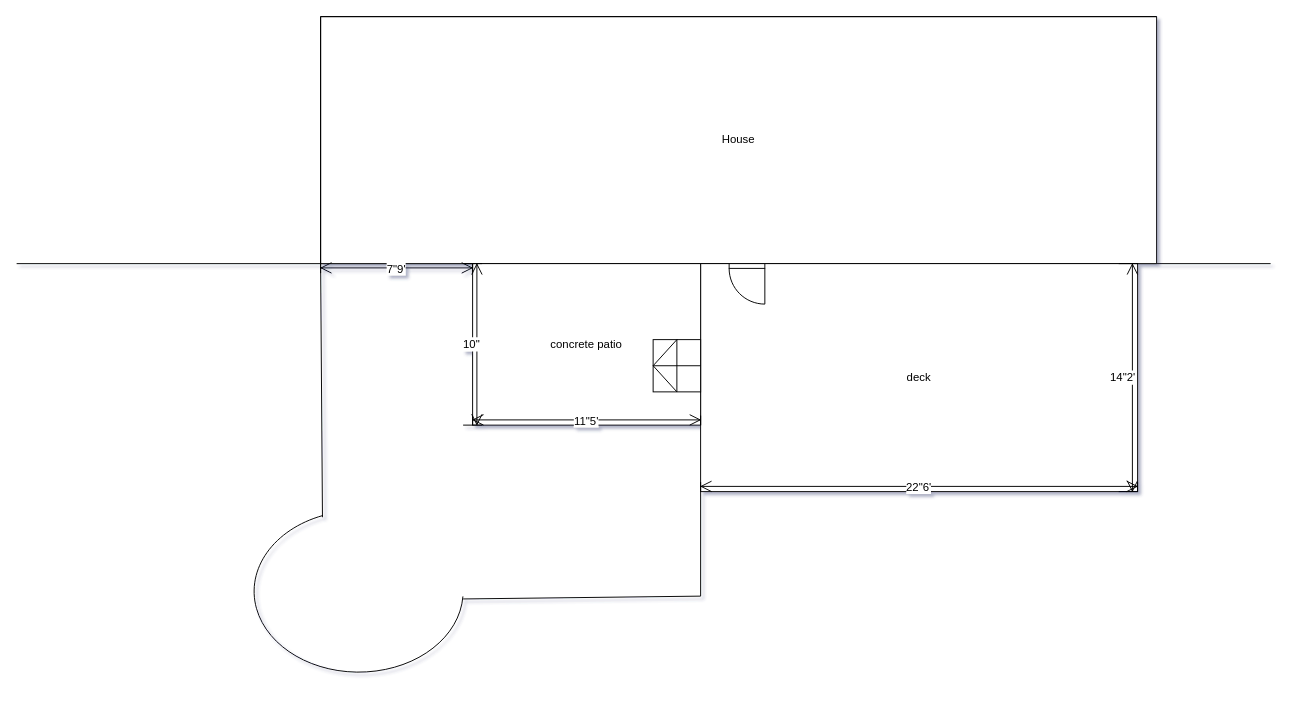
Before: page "round" (1 of 2) of yard.drawio in gyandeeps/personal-designs, a draw.io diagram. Source tidied: cells renumbered, new cells numbered last; positions are measured from the earlier drawing's top-left corner, leaving out a move shared by most shapes. Both pictures are drawn from the tidied source at 95%, with x=0, y=0 at pixel (16, 16).
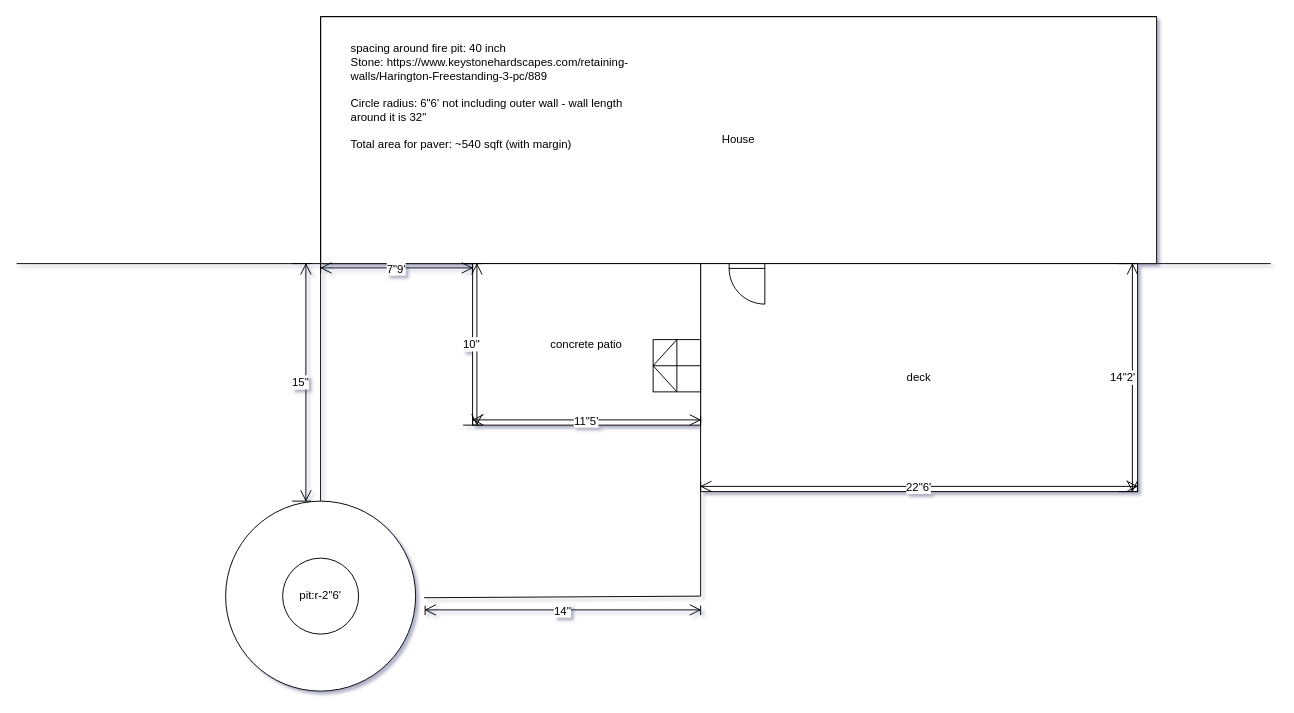
The same diagram, later.

Unchanged cells that the change refers to:
```xml
<mxCell id="3" value="House" style="shape=cube;whiteSpace=wrap;html=1;boundedLbl=1;backgroundOutline=1;darkOpacity=0.05;darkOpacity2=0.1;size=0;" parent="1" vertex="1">
  <mxGeometry x="320" width="880" height="260" as="geometry" />
</mxCell>
```

Diff of the diagram source:
```diff
@@
-    <mxCell id="6" style="endArrow=none;html=1;entryX=0;entryY=0;entryDx=0;entryDy=260;entryPerimeter=0;exitX=0.327;exitY=0.041;exitDx=0;exitDy=0;exitPerimeter=0;" parent="1" edge="1" source="10" target="3">
-      <mxGeometry relative="1" as="geometry" />
+    <mxCell id="6" style="endArrow=none;html=1;entryX=0;entryY=0;entryDx=0;entryDy=260;entryPerimeter=0;" parent="1" edge="1" target="3">
+      <mxGeometry relative="1" as="geometry">
+        <mxPoint x="320" y="510" as="sourcePoint" />
+      </mxGeometry>
     </mxCell>
-    <mxCell id="7" style="endArrow=none;html=1;exitX=1;exitY=0.547;exitDx=0;exitDy=0;exitPerimeter=0;" parent="1" edge="1" source="10">
+    <mxCell id="7" style="endArrow=none;html=1;exitX=0.995;exitY=0.588;exitDx=0;exitDy=0;exitPerimeter=0;" parent="1" edge="1">
       <mxGeometry relative="1" as="geometry">
+        <mxPoint x="429" y="611.7" as="sourcePoint" />
         <mxPoint x="720" y="610" as="targetPoint" />
       </mxGeometry>
     </mxCell>
@@
-    <mxCell id="10" style="verticalLabelPosition=bottom;verticalAlign=top;html=1;shape=mxgraph.basic.arc;startAngle=0.25993426215277043;endAngle=0.9443582981086174;" parent="1" vertex="1">
-      <mxGeometry x="250" y="520" width="220" height="170" as="geometry" />
-    </mxCell>
@@
+    <mxCell id="17" value="15&quot;" style="shape=dimension;direction=north;whiteSpace=wrap;html=1;align=right;verticalAlign=middle;labelBackgroundColor=#ffffff;" parent="1" vertex="1">
+      <mxGeometry x="290" y="260" width="20" height="250" as="geometry" />
+    </mxCell>
+    <mxCell id="18" value="14&quot;" style="shape=dimension;whiteSpace=wrap;html=1;align=center;verticalAlign=bottom;spacingBottom=-5;labelBackgroundColor=#ffffff;" parent="1" vertex="1">
+      <mxGeometry x="430" y="620" width="290" height="10" as="geometry" />
+    </mxCell>
+    <mxCell id="19" style="ellipse;whiteSpace=wrap;html=1;shadow=0;sketch=0;" parent="1" vertex="1">
+      <mxGeometry x="220" y="510" width="200" height="200" as="geometry" />
+    </mxCell>
+    <mxCell id="20" value="pit:r-2&quot;6'" style="ellipse;whiteSpace=wrap;html=1;shadow=0;sketch=0;" parent="1" vertex="1">
+      <mxGeometry x="280" y="570" width="80" height="80" as="geometry" />
+    </mxCell>
+    <mxCell id="21" value="spacing around fire pit: 40 inch&#10;Stone: https://www.keystonehardscapes.com/retaining-walls/Harington-Freestanding-3-pc/889&#10;&#10;Circle radius: 6&quot;6' not including outer wall - wall length around it is 32&quot;&#10;&#10;Total area for paver: ~540 sqft (with margin)" style="shadow=0;sketch=0;textDirection=ltr;align=left;verticalAlign=top;glass=0;rounded=1;strokeColor=none;fillColor=none;whiteSpace=wrap;" parent="1" vertex="1">
+      <mxGeometry x="350" y="20" width="220" height="220" as="geometry" />
+    </mxCell>
```
